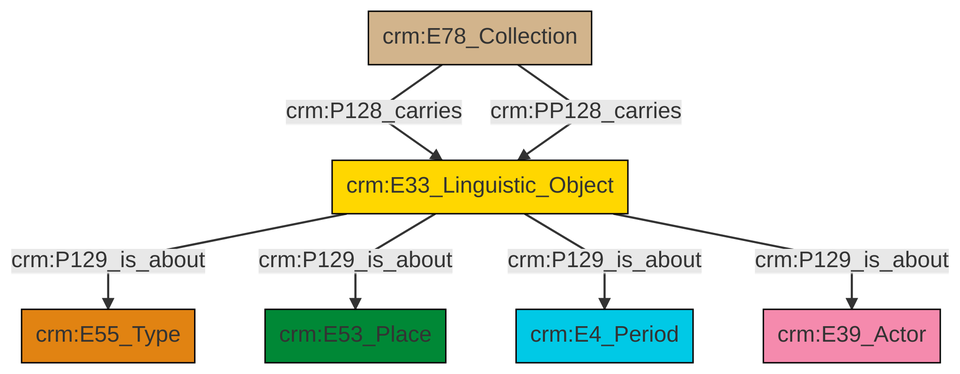
Before: et/archivalCSV/ttl/mmd/png/archival_aboutness.png, a diagram exported from Mermaid (swiss-art-research-net/docs.swissartresearch). Its source is kept beside it as et/archivalCSV/ttl/mmd/archival_aboutness.ttl.mmd.
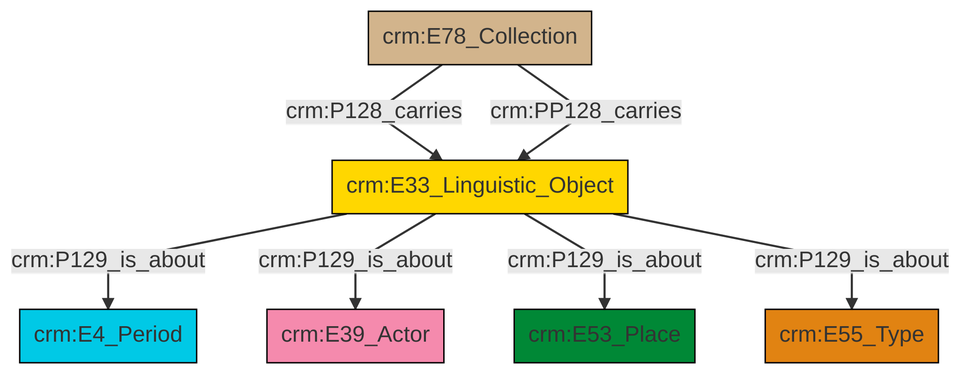
After the change.

Diff of the diagram source:
```diff
@@ -13,9 +13,9 @@
 classDef PC_Classes fill:#4ce600, stroke:#000000;
 classDef Multi fill:#cccccc,stroke:#000000;
 
-8["crm:E33_Linguistic_Object"]:::Conceptual_Object -->|crm:P129_is_about| 2["crm:E55_Type"]:::Type
-4["crm:E78_Collection"]:::Physical_Thing -->|crm:P128_carries| 8["crm:E33_Linguistic_Object"]:::Conceptual_Object
-8["crm:E33_Linguistic_Object"]:::Conceptual_Object -->|crm:P129_is_about| 0["crm:E53_Place"]:::Place
-8["crm:E33_Linguistic_Object"]:::Conceptual_Object -->|crm:P129_is_about| 6["crm:E4_Period"]:::Temporal_Entity
-4["crm:E78_Collection"]:::Physical_Thing -->|crm:PP128_carries| 8["crm:E33_Linguistic_Object"]:::Conceptual_Object
-8["crm:E33_Linguistic_Object"]:::Conceptual_Object -->|crm:P129_is_about| 10["crm:E39_Actor"]:::Actor
+0["crm:E78_Collection"]:::Physical_Thing -->|crm:P128_carries| 1["crm:E33_Linguistic_Object"]:::Conceptual_Object
+1["crm:E33_Linguistic_Object"]:::Conceptual_Object -->|crm:P129_is_about| 2["crm:E4_Period"]:::Temporal_Entity
+1["crm:E33_Linguistic_Object"]:::Conceptual_Object -->|crm:P129_is_about| 5["crm:E39_Actor"]:::Actor
+1["crm:E33_Linguistic_Object"]:::Conceptual_Object -->|crm:P129_is_about| 7["crm:E53_Place"]:::Place
+1["crm:E33_Linguistic_Object"]:::Conceptual_Object -->|crm:P129_is_about| 8["crm:E55_Type"]:::Type
+0["crm:E78_Collection"]:::Physical_Thing -->|crm:PP128_carries| 1["crm:E33_Linguistic_Object"]:::Conceptual_Object
```
